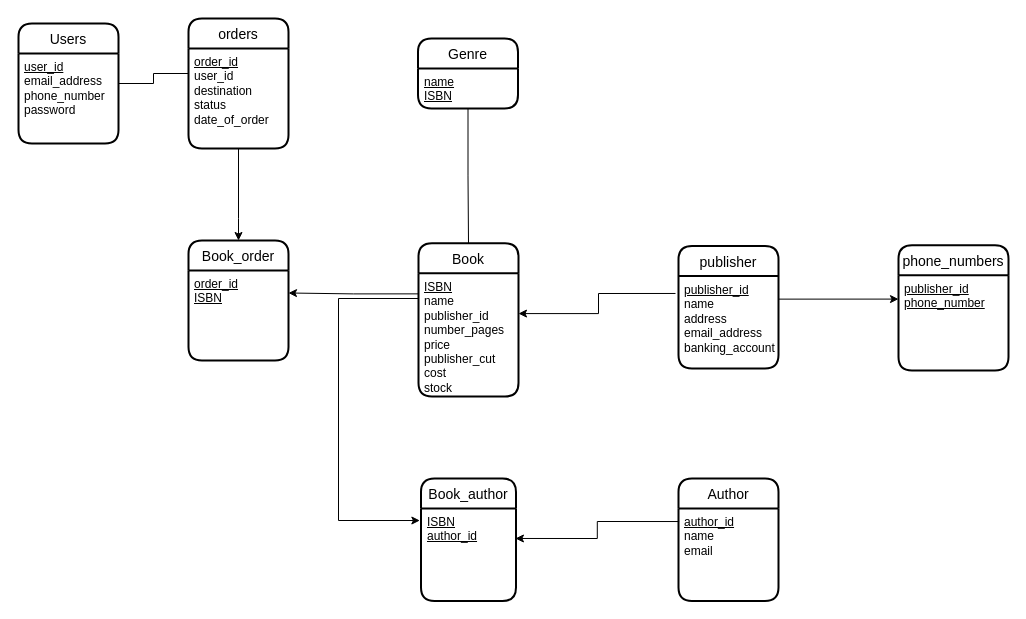
The draw.io diagram Diagrams/LookInnaBookDiagram.drawio in ianyau28/3005Lib, before the edit. Source tidied: cells renumbered, new cells numbered last; positions are measured from the earlier drawing's top-left corner, leaving out a move shared by most shapes. Both pictures are drawn from the tidied source at 100%, with x=0, y=0 at pixel (18, 18).
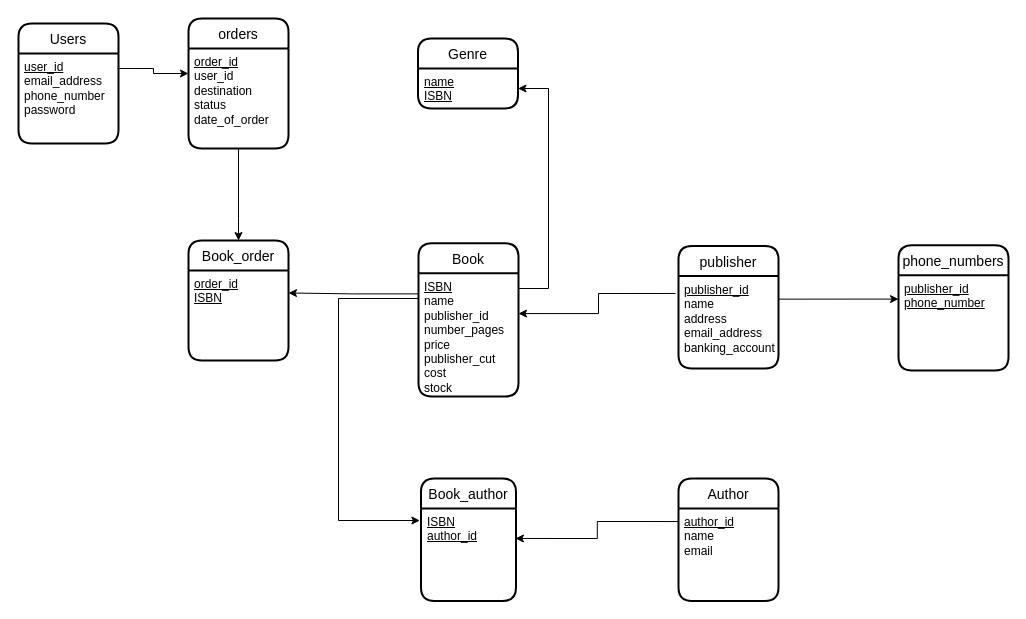
Above is the later version.

Unchanged cells that the change refers to:
```xml
<mxCell id="3" value="&lt;u&gt;order_id&lt;/u&gt;&lt;br&gt;user_id&lt;br&gt;destination&lt;br&gt;status&lt;br&gt;date_of_order" style="align=left;strokeColor=none;fillColor=none;spacingLeft=4;fontSize=12;verticalAlign=top;fontStyle=0;html=1;" parent="2" vertex="1">
  <mxGeometry y="30" width="100" height="100" as="geometry" />
</mxCell>
<mxCell id="5" value="Book" style="swimlane;horizontal=1;startSize=30;rounded=1;fontSize=14;fontStyle=0;strokeWidth=2;shadow=0;dashed=0;align=center;" parent="1" vertex="1">
  <mxGeometry x="400" y="224.8" width="100" height="153.2" as="geometry" />
</mxCell>
<mxCell id="6" value="&lt;u&gt;ISBN&lt;/u&gt;&lt;br&gt;name&lt;br&gt;publisher_id&lt;br&gt;number_pages&lt;br&gt;price&lt;br&gt;publisher_cut&lt;br&gt;cost&lt;br&gt;stock" style="align=left;strokeColor=none;fillColor=none;spacingLeft=4;fontSize=12;verticalAlign=top;html=1;" parent="5" vertex="1">
  <mxGeometry y="30" width="100" height="123.2" as="geometry" />
</mxCell>
<mxCell id="8" value="Users" style="swimlane;horizontal=1;startSize=30;rounded=1;fontSize=14;fontStyle=0;strokeWidth=2;shadow=0;dashed=0;align=center;" parent="1" vertex="1">
  <mxGeometry y="5" width="100" height="120" as="geometry" />
</mxCell>
<mxCell id="9" value="&lt;u&gt;user_id&lt;/u&gt;&lt;br&gt;email_address&lt;br&gt;phone_number&lt;br&gt;password&lt;br&gt;" style="align=left;strokeColor=none;fillColor=none;spacingLeft=4;fontSize=12;verticalAlign=top;fontStyle=0;html=1;" parent="8" vertex="1">
  <mxGeometry y="30" width="100" height="90" as="geometry" />
</mxCell>
<mxCell id="27" value="&lt;u&gt;name&lt;br&gt;ISBN&lt;br&gt;&lt;/u&gt;" style="align=left;strokeColor=none;fillColor=none;spacingLeft=4;fontSize=12;verticalAlign=top;html=1;" parent="26" vertex="1">
  <mxGeometry y="30" width="100" height="40" as="geometry" />
</mxCell>
```

Diff of the diagram source:
```diff
@@
-    <mxCell id="7" style="edgeStyle=orthogonalEdgeStyle;rounded=0;jettySize=auto;html=1;entryX=0;entryY=0.25;entryDx=0;entryDy=0;endArrow=none;endFill=0;" parent="1" edge="1" source="8" target="3">
+    <mxCell id="7" style="edgeStyle=orthogonalEdgeStyle;rounded=0;jettySize=auto;html=1;entryX=0;entryY=0.25;entryDx=0;entryDy=0;endArrow=classic;endFill=1;exitX=0.99;exitY=0.167;exitDx=0;exitDy=0;exitPerimeter=0;" parent="1" edge="1" source="9" target="3">
       <mxGeometry relative="1" as="geometry" />
     </mxCell>
@@
-    <mxCell id="28" style="edgeStyle=orthogonalEdgeStyle;rounded=0;jettySize=auto;html=1;entryX=0.5;entryY=0;entryDx=0;entryDy=0;endArrow=none;endFill=0;" parent="1" edge="1" source="27" target="5">
+    <mxCell id="28" style="edgeStyle=orthogonalEdgeStyle;rounded=0;jettySize=auto;html=1;entryX=1;entryY=0.124;entryDx=0;entryDy=0;endArrow=classic;endFill=1;entryPerimeter=0;strokeColor=none;" parent="1" edge="1" source="27" target="6">
       <mxGeometry relative="1" as="geometry" />
     </mxCell>
+    <mxCell id="29" style="edgeStyle=orthogonalEdgeStyle;rounded=0;jettySize=auto;html=1;entryX=1;entryY=0.5;entryDx=0;entryDy=0;endArrow=classic;endFill=1;" parent="1" edge="1" source="6" target="27">
+      <mxGeometry relative="1" as="geometry">
+        <Array as="points">
+          <mxPoint x="530" y="270" />
+          <mxPoint x="530" y="70" />
+        </Array>
+      </mxGeometry>
+    </mxCell>
```
